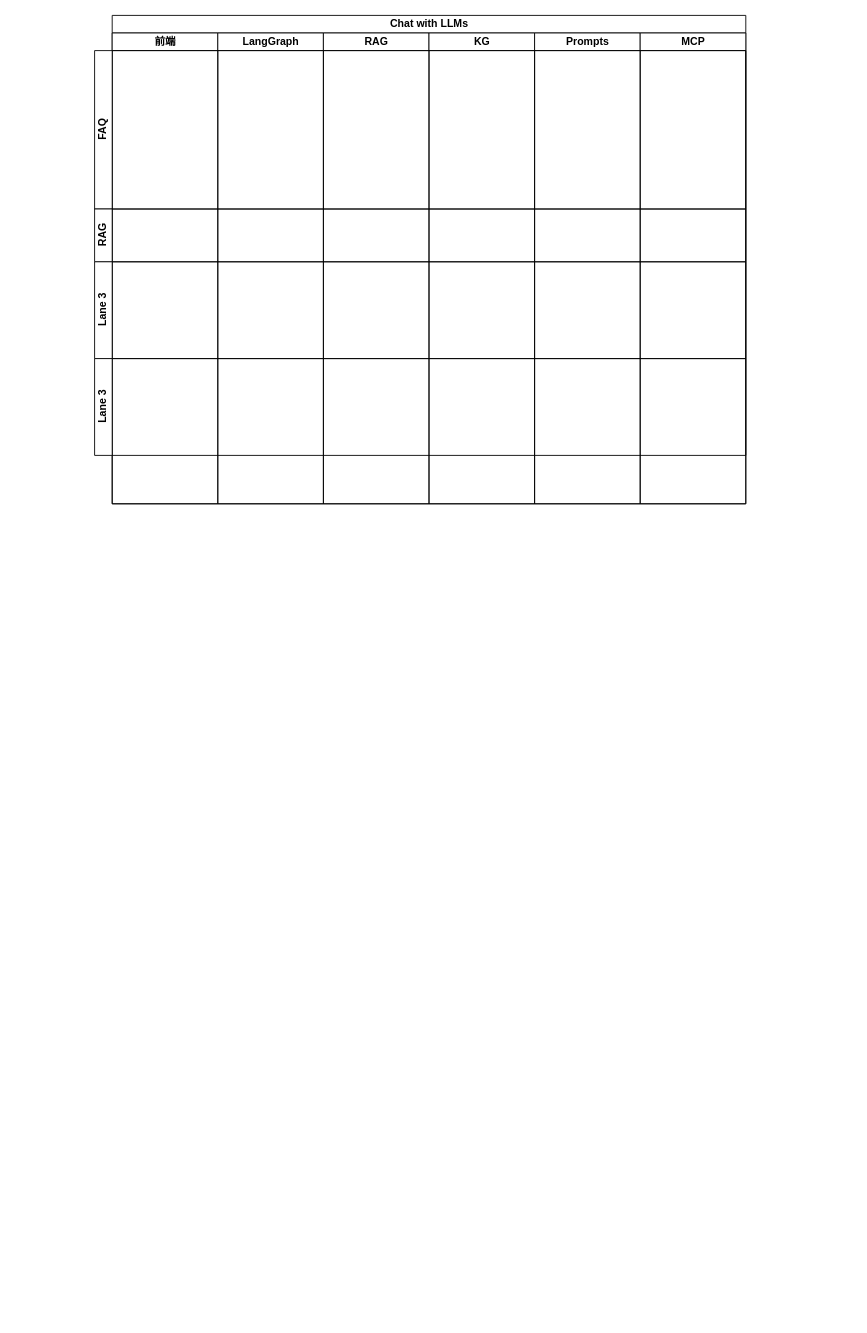
Above: page "Page-1" (1 of 2) of 对话流程图.drawio in ludevica/hello-world (draw.io), before the change. Source tidied: cells renumbered, new cells numbered last; positions are measured from the earlier drawing's top-left corner, leaving out a move shared by most shapes. Both pictures are drawn from the tidied source at 88%, with x=0, y=0 at pixel (94, 15).
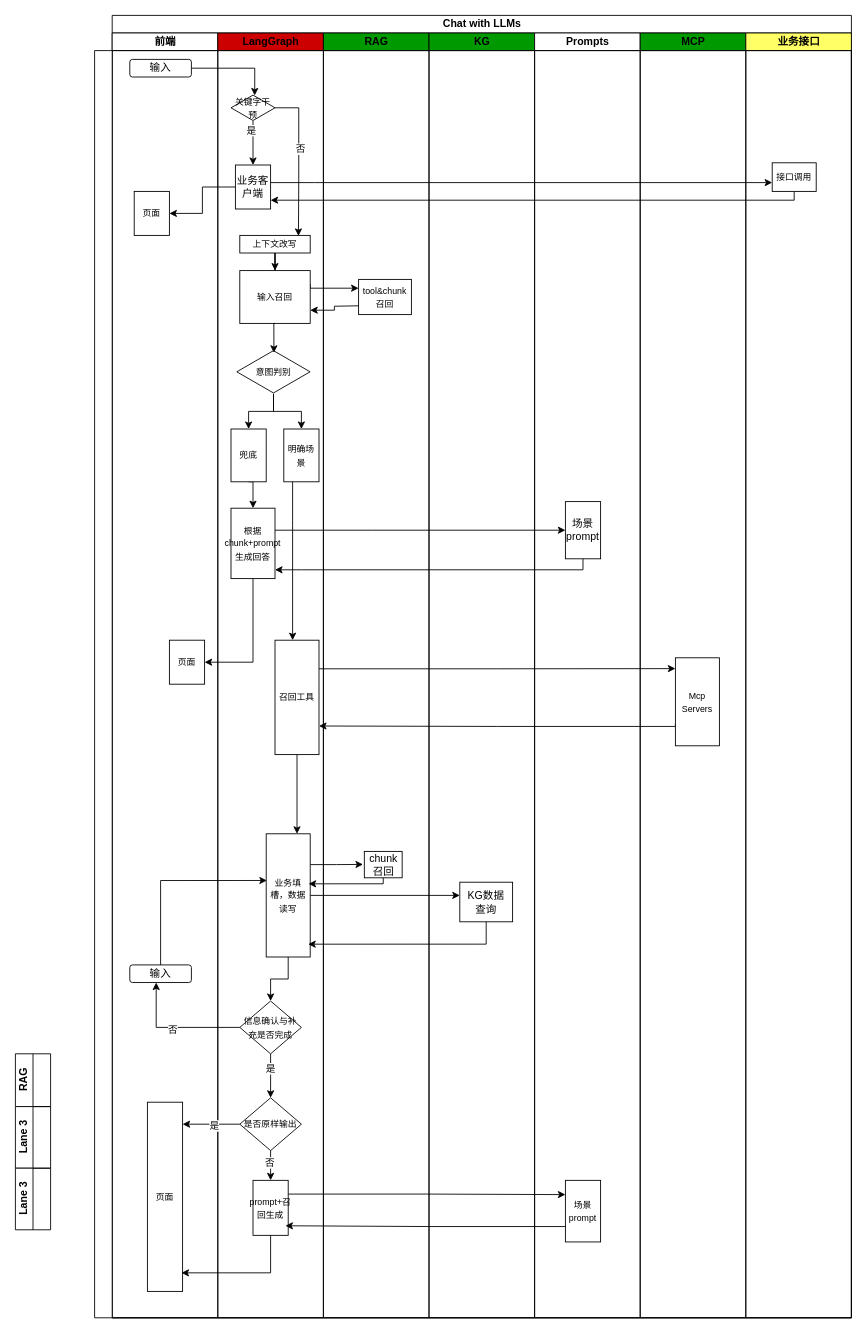
Above is the later version.

Commit message:
更新对话流程图.drawio

Diff of the diagram source:
```diff
@@
     <mxCell id="2" value="Chat with LLMs" style="swimlane;startSize=20;html=1;" parent="1" vertex="1">
-      <mxGeometry x="20" width="720" height="555" as="geometry" />
+      <mxGeometry x="20" width="840" height="1480" as="geometry" />
     </mxCell>
     <mxCell id="3" value="前端" style="swimlane;startSize=20;html=1;" parent="2" vertex="1">
-      <mxGeometry y="20" width="120" height="535" as="geometry" />
+      <mxGeometry y="20" width="120" height="1460" as="geometry" />
     </mxCell>
-    <mxCell id="4" value="LangGraph" style="swimlane;startSize=20;html=1;" parent="2" vertex="1">
-      <mxGeometry x="120" y="20" width="120" height="535" as="geometry" />
+    <mxCell id="4" value="LangGraph" style="swimlane;startSize=20;html=1;fillColor=#CC0000;" parent="2" vertex="1">
+      <mxGeometry x="120" y="20" width="120" height="1460" as="geometry" />
     </mxCell>
-    <mxCell id="5" value="RAG" style="swimlane;startSize=20;html=1;" parent="2" vertex="1">
-      <mxGeometry x="240" y="20" width="120" height="535" as="geometry" />
+    <mxCell id="5" value="RAG" style="swimlane;startSize=20;html=1;fillColor=#009900;" parent="2" vertex="1">
+      <mxGeometry x="240" y="20" width="120" height="1460" as="geometry" />
     </mxCell>
-    <mxCell id="6" value="KG" style="swimlane;startSize=20;html=1;" parent="2" vertex="1">
-      <mxGeometry x="360" y="20" width="120" height="535" as="geometry" />
+    <mxCell id="6" value="KG" style="swimlane;startSize=20;html=1;fillColor=#009900;" parent="2" vertex="1">
+      <mxGeometry x="360" y="20" width="120" height="1460" as="geometry" />
     </mxCell>
     <mxCell id="7" value="Prompts" style="swimlane;startSize=20;html=1;" parent="2" vertex="1">
-      <mxGeometry x="480" y="20" width="120" height="535" as="geometry" />
+      <mxGeometry x="480" y="20" width="120" height="1460" as="geometry" />
     </mxCell>
-    <mxCell id="8" value="MCP" style="swimlane;startSize=20;html=1;" parent="2" vertex="1">
-      <mxGeometry x="600" y="20" width="120" height="535" as="geometry" />
+    <mxCell id="8" value="MCP" style="swimlane;startSize=20;html=1;fillColor=#009900;" parent="2" vertex="1">
+      <mxGeometry x="600" y="20" width="120" height="1460" as="geometry" />
     </mxCell>
+    <mxCell id="13" value="业务接口" style="swimlane;startSize=20;html=1;fillColor=#FFFF66;" parent="2" vertex="1">
+      <mxGeometry x="720" y="20" width="120" height="1460" as="geometry" />
+    </mxCell>
+    <mxCell id="14" style="edgeStyle=orthogonalEdgeStyle;rounded=0;jettySize=auto;html=1;" parent="13" edge="1" source="15">
+      <mxGeometry relative="1" as="geometry">
+        <mxPoint x="-540" y="190" as="targetPoint" />
+        <Array as="points">
+          <mxPoint x="55" y="190" />
+        </Array>
+      </mxGeometry>
+    </mxCell>
+    <mxCell id="15" value="&lt;font style=&quot;font-size: 10px;&quot;&gt;接口调用&lt;/font&gt;" style="rounded=0;whiteSpace=wrap;html=1;" parent="13" vertex="1">
+      <mxGeometry x="30" y="147.5" width="50" height="32.5" as="geometry" />
+    </mxCell>
-    <mxCell id="9" value="FAQ" style="swimlane;startSize=20;horizontal=0;html=1;" parent="1" vertex="1">
-      <mxGeometry y="40" width="740" height="180" as="geometry" />
+    <mxCell id="9" style="swimlane;startSize=20;horizontal=0;html=1;" parent="1" vertex="1">
+      <mxGeometry y="40" width="860" height="1440" as="geometry" />
     </mxCell>
+    <mxCell id="16" value="输入" style="rounded=1;whiteSpace=wrap;html=1;" parent="9" vertex="1">
+      <mxGeometry x="40" y="10" width="70" height="20" as="geometry" />
+    </mxCell>
+    <mxCell id="17" style="edgeStyle=orthogonalEdgeStyle;rounded=0;jettySize=auto;html=1;exitX=0;exitY=0.75;exitDx=0;exitDy=0;entryX=1;entryY=0.75;entryDx=0;entryDy=0;" parent="9" edge="1" source="18" target="43">
+      <mxGeometry relative="1" as="geometry">
+        <Array as="points">
+          <mxPoint x="660" y="768" />
+          <mxPoint x="458" y="768" />
+        </Array>
+      </mxGeometry>
+    </mxCell>
+    <mxCell id="18" value="&lt;font style=&quot;font-size: 10px;&quot;&gt;Mcp Servers&lt;/font&gt;" style="whiteSpace=wrap;html=1;" parent="9" vertex="1">
+      <mxGeometry x="660" y="690" width="50" height="100" as="geometry" />
+    </mxCell>
+    <mxCell id="19" value="输入" style="rounded=1;whiteSpace=wrap;html=1;" parent="9" vertex="1">
+      <mxGeometry x="40" y="1039" width="70" height="20" as="geometry" />
+    </mxCell>
+    <mxCell id="20" style="edgeStyle=orthogonalEdgeStyle;rounded=0;jettySize=auto;html=1;entryX=0.357;entryY=1.05;entryDx=0;entryDy=0;entryPerimeter=0;exitX=0;exitY=0.5;exitDx=0;exitDy=0;" parent="9" edge="1" source="54">
+      <mxGeometry relative="1" as="geometry">
+        <mxPoint x="70" y="1059" as="targetPoint" />
+        <Array as="points">
+          <mxPoint x="70" y="1110" />
+        </Array>
+      </mxGeometry>
+    </mxCell>
+    <mxCell id="21" value="否" style="edgeLabel;html=1;align=center;verticalAlign=middle;" parent="20" vertex="1">
+      <mxGeometry x="0.05" y="2" relative="1" as="geometry" />
+    </mxCell>
+    <mxCell id="22" style="edgeStyle=orthogonalEdgeStyle;rounded=0;jettySize=auto;html=1;" parent="9" edge="1" source="23" target="26">
+      <mxGeometry relative="1" as="geometry" />
+    </mxCell>
+    <mxCell id="23" value="&lt;font style=&quot;font-size: 10px;&quot;&gt;上下文改写&lt;/font&gt;" style="rounded=0;whiteSpace=wrap;html=1;" parent="9" vertex="1">
+      <mxGeometry x="165" y="210" width="80" height="20" as="geometry" />
+    </mxCell>
+    <mxCell id="24" value="&lt;font style=&quot;font-size: 10px;&quot;&gt;tool&amp;amp;chunk召回&lt;/font&gt;" style="rounded=0;whiteSpace=wrap;html=1;" parent="9" vertex="1">
+      <mxGeometry x="300" y="260" width="60" height="40" as="geometry" />
+    </mxCell>
+    <mxCell id="25" style="edgeStyle=orthogonalEdgeStyle;rounded=0;jettySize=auto;html=1;exitX=1;exitY=0.25;exitDx=0;exitDy=0;entryX=0;entryY=0.25;entryDx=0;entryDy=0;" parent="9" edge="1" source="26" target="24">
+      <mxGeometry relative="1" as="geometry">
+        <Array as="points">
+          <mxPoint x="245" y="270" />
+        </Array>
+      </mxGeometry>
+    </mxCell>
+    <mxCell id="26" value="&lt;font style=&quot;font-size: 10px;&quot;&gt;输入召回&lt;/font&gt;" style="rounded=0;whiteSpace=wrap;html=1;" parent="9" vertex="1">
+      <mxGeometry x="165" y="250" width="80" height="60" as="geometry" />
+    </mxCell>
+    <mxCell id="27" style="edgeStyle=orthogonalEdgeStyle;rounded=0;jettySize=auto;html=1;" parent="9" edge="1" source="29" target="40">
+      <mxGeometry relative="1" as="geometry">
+        <Array as="points">
+          <mxPoint x="315" y="545" />
+          <mxPoint x="315" y="545" />
+        </Array>
+      </mxGeometry>
+    </mxCell>
+    <mxCell id="28" style="edgeStyle=orthogonalEdgeStyle;rounded=0;jettySize=auto;html=1;entryX=1;entryY=0.5;entryDx=0;entryDy=0;exitX=0.5;exitY=1;exitDx=0;exitDy=0;" parent="9" edge="1" source="29" target="39">
+      <mxGeometry relative="1" as="geometry" />
+    </mxCell>
+    <mxCell id="29" value="&lt;font style=&quot;font-size: 10px;&quot;&gt;根据chunk+prompt&lt;/font&gt;&lt;div&gt;&lt;font style=&quot;font-size: 10px;&quot;&gt;生成回答&lt;/font&gt;&lt;/div&gt;" style="rounded=0;whiteSpace=wrap;html=1;" parent="9" vertex="1">
+      <mxGeometry x="155" y="520" width="50" height="80" as="geometry" />
+    </mxCell>
+    <mxCell id="30" style="edgeStyle=orthogonalEdgeStyle;rounded=0;jettySize=auto;html=1;entryX=1;entryY=0.75;entryDx=0;entryDy=0;" parent="9" edge="1" target="26">
+      <mxGeometry relative="1" as="geometry">
+        <mxPoint x="300" y="290" as="sourcePoint" />
+      </mxGeometry>
+    </mxCell>
+    <mxCell id="31" style="edgeStyle=orthogonalEdgeStyle;rounded=0;jettySize=auto;html=1;" parent="9" edge="1" source="33" target="36">
+      <mxGeometry relative="1" as="geometry" />
+    </mxCell>
+    <mxCell id="32" style="edgeStyle=orthogonalEdgeStyle;rounded=0;jettySize=auto;html=1;entryX=0.5;entryY=0;entryDx=0;entryDy=0;" parent="9" edge="1" source="33" target="38">
+      <mxGeometry relative="1" as="geometry" />
+    </mxCell>
+    <mxCell id="33" value="&lt;font style=&quot;font-size: 10px;&quot;&gt;意图判别&lt;/font&gt;" style="html=1;whiteSpace=wrap;shape=isoRectangle;" parent="9" vertex="1">
+      <mxGeometry x="161.6" y="340" width="83.3" height="50" as="geometry" />
+    </mxCell>
+    <mxCell id="34" style="edgeStyle=orthogonalEdgeStyle;rounded=0;jettySize=auto;html=1;exitX=0.5;exitY=1;exitDx=0;exitDy=0;entryX=0.506;entryY=0.068;entryDx=0;entryDy=0;entryPerimeter=0;" parent="9" edge="1" source="26" target="33">
+      <mxGeometry relative="1" as="geometry" />
+    </mxCell>
+    <mxCell id="35" style="edgeStyle=orthogonalEdgeStyle;rounded=0;jettySize=auto;html=1;exitX=0.5;exitY=1;exitDx=0;exitDy=0;entryX=0.5;entryY=0;entryDx=0;entryDy=0;" parent="9" edge="1" source="36" target="29">
+      <mxGeometry relative="1" as="geometry" />
+    </mxCell>
+    <mxCell id="36" value="&lt;font style=&quot;font-size: 10px;&quot;&gt;兜底&lt;/font&gt;" style="whiteSpace=wrap;html=1;" parent="9" vertex="1">
+      <mxGeometry x="155" y="430" width="40" height="60" as="geometry" />
+    </mxCell>
+    <mxCell id="37" style="edgeStyle=orthogonalEdgeStyle;rounded=0;jettySize=auto;html=1;" parent="9" edge="1" source="38" target="43">
+      <mxGeometry relative="1" as="geometry">
+        <Array as="points">
+          <mxPoint x="225" y="540" />
+          <mxPoint x="225" y="540" />
+        </Array>
+      </mxGeometry>
+    </mxCell>
+    <mxCell id="38" value="&lt;font style=&quot;font-size: 10px;&quot;&gt;明确场景&lt;/font&gt;" style="whiteSpace=wrap;html=1;" parent="9" vertex="1">
+      <mxGeometry x="215" y="430" width="40" height="60" as="geometry" />
+    </mxCell>
+    <mxCell id="39" value="&lt;span style=&quot;font-size: 10px;&quot;&gt;页面&lt;/span&gt;" style="rounded=0;whiteSpace=wrap;html=1;" parent="9" vertex="1">
+      <mxGeometry x="85" y="670" width="40" height="50" as="geometry" />
+    </mxCell>
+    <mxCell id="40" value="场景prompt" style="whiteSpace=wrap;html=1;rounded=0;" parent="9" vertex="1">
+      <mxGeometry x="535" y="512.5" width="40" height="65" as="geometry" />
+    </mxCell>
+    <mxCell id="41" style="edgeStyle=orthogonalEdgeStyle;rounded=0;jettySize=auto;html=1;" parent="9" edge="1" source="40">
+      <mxGeometry relative="1" as="geometry">
+        <mxPoint x="205" y="590" as="targetPoint" />
+        <Array as="points">
+          <mxPoint x="555" y="590" />
+          <mxPoint x="235" y="590" />
+        </Array>
+      </mxGeometry>
+    </mxCell>
+    <mxCell id="42" style="edgeStyle=orthogonalEdgeStyle;rounded=0;jettySize=auto;html=1;" parent="9" edge="1" source="43" target="47">
+      <mxGeometry relative="1" as="geometry">
+        <Array as="points">
+          <mxPoint x="227" y="750" />
+          <mxPoint x="227" y="750" />
+        </Array>
+      </mxGeometry>
+    </mxCell>
+    <mxCell id="43" value="&lt;font style=&quot;font-size: 10px;&quot;&gt;召回工具&lt;/font&gt;" style="whiteSpace=wrap;html=1;" parent="9" vertex="1">
+      <mxGeometry x="205" y="670" width="50" height="130" as="geometry" />
+    </mxCell>
+    <mxCell id="44" style="edgeStyle=orthogonalEdgeStyle;rounded=0;jettySize=auto;html=1;exitX=1;exitY=0.25;exitDx=0;exitDy=0;" parent="9" edge="1" source="47">
+      <mxGeometry relative="1" as="geometry">
+        <mxPoint x="305" y="924.8" as="targetPoint" />
+      </mxGeometry>
+    </mxCell>
+    <mxCell id="45" style="edgeStyle=orthogonalEdgeStyle;rounded=0;jettySize=auto;html=1;" parent="9" edge="1" source="47">
+      <mxGeometry relative="1" as="geometry">
+        <mxPoint x="415" y="960" as="targetPoint" />
+      </mxGeometry>
+    </mxCell>
+    <mxCell id="46" style="edgeStyle=orthogonalEdgeStyle;rounded=0;jettySize=auto;html=1;" parent="9" edge="1" source="47" target="54">
+      <mxGeometry relative="1" as="geometry" />
+    </mxCell>
+    <mxCell id="47" value="&lt;font style=&quot;font-size: 10px;&quot;&gt;业务填槽，数据读写&lt;/font&gt;" style="whiteSpace=wrap;html=1;" parent="9" vertex="1">
+      <mxGeometry x="195" y="890" width="50" height="140" as="geometry" />
+    </mxCell>
+    <mxCell id="48" value="chunk召回" style="whiteSpace=wrap;html=1;" parent="9" vertex="1">
+      <mxGeometry x="306.5" y="910" width="43" height="30" as="geometry" />
+    </mxCell>
+    <mxCell id="49" value="KG数据&lt;br&gt;&lt;div&gt;查询&lt;/div&gt;" style="whiteSpace=wrap;html=1;" parent="9" vertex="1">
+      <mxGeometry x="415" y="945" width="60" height="45" as="geometry" />
+    </mxCell>
+    <mxCell id="50" style="edgeStyle=orthogonalEdgeStyle;rounded=0;jettySize=auto;html=1;entryX=0.964;entryY=0.406;entryDx=0;entryDy=0;entryPerimeter=0;" parent="9" edge="1" source="48" target="47">
+      <mxGeometry relative="1" as="geometry">
+        <Array as="points">
+          <mxPoint x="328" y="947" />
+        </Array>
+      </mxGeometry>
+    </mxCell>
+    <mxCell id="51" style="edgeStyle=orthogonalEdgeStyle;rounded=0;jettySize=auto;html=1;entryX=0.954;entryY=0.896;entryDx=0;entryDy=0;entryPerimeter=0;" parent="9" edge="1" source="49" target="47">
+      <mxGeometry relative="1" as="geometry">
+        <Array as="points">
+          <mxPoint x="445" y="1015" />
+        </Array>
+      </mxGeometry>
+    </mxCell>
+    <mxCell id="52" style="edgeStyle=orthogonalEdgeStyle;rounded=0;jettySize=auto;html=1;" parent="9" edge="1" source="54">
+      <mxGeometry relative="1" as="geometry">
+        <mxPoint x="200" y="1190" as="targetPoint" />
+      </mxGeometry>
+    </mxCell>
+    <mxCell id="53" value="是" style="edgeLabel;html=1;align=center;verticalAlign=middle;" parent="52" vertex="1">
+      <mxGeometry x="-0.38" y="-1" relative="1" as="geometry" />
+    </mxCell>
+    <mxCell id="54" value="&lt;font style=&quot;font-size: 10px;&quot;&gt;信息确认与补充是否完成&lt;/font&gt;" style="rhombus;whiteSpace=wrap;html=1;" parent="9" vertex="1">
+      <mxGeometry x="165" y="1080" width="70" height="60" as="geometry" />
+    </mxCell>
+    <mxCell id="55" style="edgeStyle=orthogonalEdgeStyle;rounded=0;jettySize=auto;html=1;exitX=0.5;exitY=1;exitDx=0;exitDy=0;" parent="9" edge="1" source="57" target="61">
+      <mxGeometry relative="1" as="geometry" />
+    </mxCell>
+    <mxCell id="56" value="否" style="edgeLabel;html=1;align=center;verticalAlign=middle;" parent="55" vertex="1">
+      <mxGeometry x="-0.42" y="-2" relative="1" as="geometry" />
+    </mxCell>
+    <mxCell id="57" value="&lt;span style=&quot;font-size: 10px;&quot;&gt;是否原样输出&lt;/span&gt;" style="rhombus;whiteSpace=wrap;html=1;" parent="9" vertex="1">
+      <mxGeometry x="165" y="1190" width="70" height="60" as="geometry" />
+    </mxCell>
+    <mxCell id="58" value="&lt;span style=&quot;font-size: 10px;&quot;&gt;页面&lt;/span&gt;" style="rounded=0;whiteSpace=wrap;html=1;" parent="9" vertex="1">
+      <mxGeometry x="60" y="1195" width="40" height="215" as="geometry" />
+    </mxCell>
+    <mxCell id="59" value="&lt;font style=&quot;font-size: 10px;&quot;&gt;场景prompt&lt;/font&gt;" style="whiteSpace=wrap;html=1;rounded=0;" parent="9" vertex="1">
+      <mxGeometry x="535" y="1283.8" width="40" height="70" as="geometry" />
+    </mxCell>
+    <mxCell id="60" style="edgeStyle=orthogonalEdgeStyle;rounded=0;jettySize=auto;html=1;exitX=1;exitY=0.25;exitDx=0;exitDy=0;" parent="9" edge="1" source="61">
+      <mxGeometry relative="1" as="geometry">
+        <mxPoint x="535" y="1300" as="targetPoint" />
+        <Array as="points">
+          <mxPoint x="377" y="1299" />
+          <mxPoint x="535" y="1300" />
+        </Array>
+      </mxGeometry>
+    </mxCell>
+    <mxCell id="61" value="&lt;span style=&quot;font-size: 10px;&quot;&gt;prompt+召回生成&lt;/span&gt;" style="rounded=0;whiteSpace=wrap;html=1;" parent="9" vertex="1">
+      <mxGeometry x="180" y="1283.8" width="40" height="62.5" as="geometry" />
+    </mxCell>
+    <mxCell id="62" style="edgeStyle=orthogonalEdgeStyle;rounded=0;jettySize=auto;html=1;exitX=0;exitY=0.75;exitDx=0;exitDy=0;entryX=0.921;entryY=0.826;entryDx=0;entryDy=0;entryPerimeter=0;" parent="9" edge="1" source="59" target="61">
+      <mxGeometry relative="1" as="geometry" />
+    </mxCell>
+    <mxCell id="63" style="edgeStyle=orthogonalEdgeStyle;rounded=0;jettySize=auto;html=1;entryX=0.968;entryY=0.902;entryDx=0;entryDy=0;entryPerimeter=0;" parent="9" edge="1" source="61" target="58">
+      <mxGeometry relative="1" as="geometry">
+        <Array as="points">
+          <mxPoint x="200" y="1389" />
+        </Array>
+      </mxGeometry>
+    </mxCell>
+    <mxCell id="64" style="edgeStyle=orthogonalEdgeStyle;rounded=0;jettySize=auto;html=1;exitX=0;exitY=0.5;exitDx=0;exitDy=0;" parent="9" edge="1" source="57" target="58">
+      <mxGeometry relative="1" as="geometry">
+        <Array as="points">
+          <mxPoint x="135" y="1220" />
+          <mxPoint x="135" y="1220" />
+        </Array>
+      </mxGeometry>
+    </mxCell>
+    <mxCell id="65" value="是" style="edgeLabel;html=1;align=center;verticalAlign=middle;" parent="64" vertex="1">
+      <mxGeometry x="-0.09" y="1" relative="1" as="geometry" />
+    </mxCell>
+    <mxCell id="66" style="edgeStyle=orthogonalEdgeStyle;rounded=0;jettySize=auto;html=1;entryX=0.5;entryY=0;entryDx=0;entryDy=0;" parent="9" edge="1" source="68" target="72">
+      <mxGeometry relative="1" as="geometry" />
+    </mxCell>
+    <mxCell id="67" value="是" style="edgeLabel;html=1;align=center;verticalAlign=middle;" parent="66" vertex="1">
+      <mxGeometry x="-0.59" y="-3" relative="1" as="geometry" />
+    </mxCell>
+    <mxCell id="68" value="&lt;font style=&quot;font-size: 10px;&quot;&gt;关键字干预&lt;/font&gt;" style="html=1;whiteSpace=wrap;shape=isoRectangle;" parent="9" vertex="1">
+      <mxGeometry x="155" y="50" width="50" height="30" as="geometry" />
+    </mxCell>
+    <mxCell id="69" value="&lt;span style=&quot;font-size: 10px;&quot;&gt;页面&lt;/span&gt;" style="rounded=0;whiteSpace=wrap;html=1;" parent="9" vertex="1">
+      <mxGeometry x="45" y="160" width="40" height="50" as="geometry" />
+    </mxCell>
+    <mxCell id="70" style="edgeStyle=orthogonalEdgeStyle;rounded=0;jettySize=auto;html=1;entryX=0.539;entryY=0.033;entryDx=0;entryDy=0;entryPerimeter=0;" parent="9" edge="1" source="16" target="68">
+      <mxGeometry relative="1" as="geometry" />
+    </mxCell>
+    <mxCell id="71" style="edgeStyle=orthogonalEdgeStyle;rounded=0;jettySize=auto;html=1;entryX=1;entryY=0.5;entryDx=0;entryDy=0;" parent="9" edge="1" source="72" target="69">
+      <mxGeometry relative="1" as="geometry" />
+    </mxCell>
+    <mxCell id="72" value="业务客户端" style="rounded=0;whiteSpace=wrap;html=1;" parent="9" vertex="1">
+      <mxGeometry x="160" y="130" width="40" height="50" as="geometry" />
+    </mxCell>
+    <mxCell id="73" style="edgeStyle=orthogonalEdgeStyle;rounded=0;jettySize=auto;html=1;entryX=0.833;entryY=0.031;entryDx=0;entryDy=0;entryPerimeter=0;" parent="9" edge="1" source="68" target="23">
+      <mxGeometry relative="1" as="geometry">
+        <Array as="points">
+          <mxPoint x="232" y="65" />
+          <mxPoint x="232" y="145" />
+        </Array>
+      </mxGeometry>
+    </mxCell>
+    <mxCell id="74" value="否" style="edgeLabel;html=1;align=center;verticalAlign=middle;" parent="73" vertex="1">
+      <mxGeometry x="-0.16" y="1" relative="1" as="geometry" />
+    </mxCell>
+    <mxCell id="75" style="edgeStyle=orthogonalEdgeStyle;rounded=0;jettySize=auto;html=1;exitX=1;exitY=0.25;exitDx=0;exitDy=0;entryX=0;entryY=0.123;entryDx=0;entryDy=0;entryPerimeter=0;" parent="9" edge="1" source="43" target="18">
+      <mxGeometry relative="1" as="geometry" />
+    </mxCell>
+    <mxCell id="76" style="edgeStyle=orthogonalEdgeStyle;rounded=0;jettySize=auto;html=1;exitX=0.5;exitY=0;exitDx=0;exitDy=0;entryX=0.016;entryY=0.379;entryDx=0;entryDy=0;entryPerimeter=0;" parent="9" edge="1" source="19" target="47">
+      <mxGeometry relative="1" as="geometry" />
+    </mxCell>
-    <mxCell id="10" value="RAG" style="swimlane;startSize=20;horizontal=0;html=1;" parent="1" vertex="1">
-      <mxGeometry y="220" width="740" height="60" as="geometry" />
+    <mxCell id="10" value="RAG" style="swimlane;startSize=20;horizontal=0;html=1;" parent="1" vertex="1" collapsed="1">
+      <mxGeometry x="-90" y="1180" width="40" height="60" as="geometry" />
     </mxCell>
-    <mxCell id="11" value="Lane 3" style="swimlane;startSize=20;horizontal=0;html=1;" parent="1" vertex="1">
-      <mxGeometry y="280" width="740" height="110" as="geometry" />
+    <mxCell id="11" value="Lane 3" style="swimlane;startSize=20;horizontal=0;html=1;" parent="1" vertex="1" collapsed="1">
+      <mxGeometry x="-90" y="1240" width="40" height="70" as="geometry" />
     </mxCell>
-    <mxCell id="12" value="Lane 3" style="swimlane;startSize=20;horizontal=0;html=1;" parent="1" vertex="1">
-      <mxGeometry y="390" width="740" height="110" as="geometry" />
+    <mxCell id="12" value="Lane 3" style="swimlane;startSize=20;horizontal=0;html=1;" parent="1" vertex="1" collapsed="1">
+      <mxGeometry x="-90" y="1310" width="40" height="70" as="geometry" />
     </mxCell>
+    <mxCell id="77" style="edgeStyle=orthogonalEdgeStyle;rounded=0;jettySize=auto;html=1;" parent="1" edge="1" source="72" target="15">
+      <mxGeometry relative="1" as="geometry">
+        <Array as="points">
+          <mxPoint x="250" y="190" />
+          <mxPoint x="250" y="190" />
+        </Array>
+      </mxGeometry>
+    </mxCell>
```
